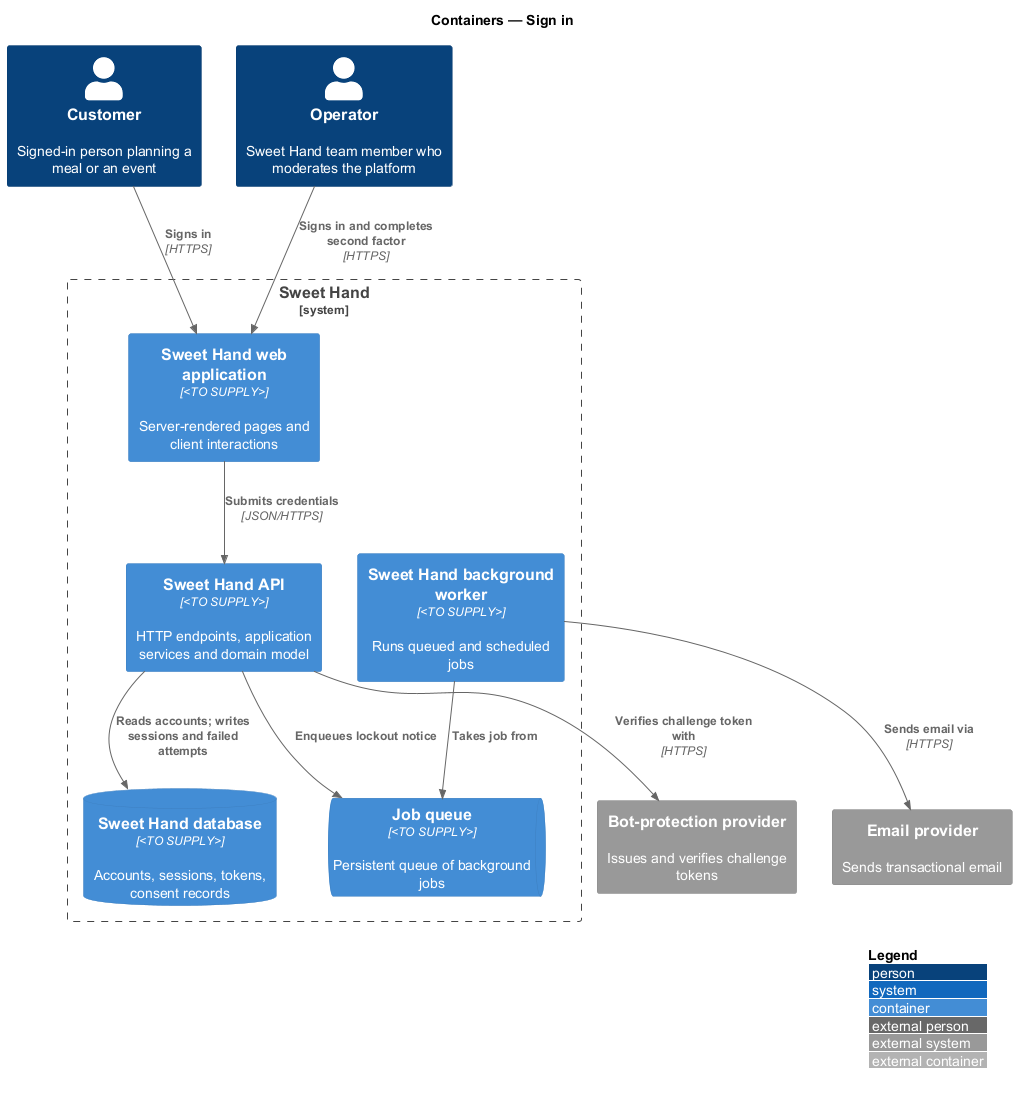
Earlier version of the PlantUML export docs/detailed-designs/identity-and-security/sign-in/diagrams/c4-container.png (QuinntyneBrown/sweet-hand).
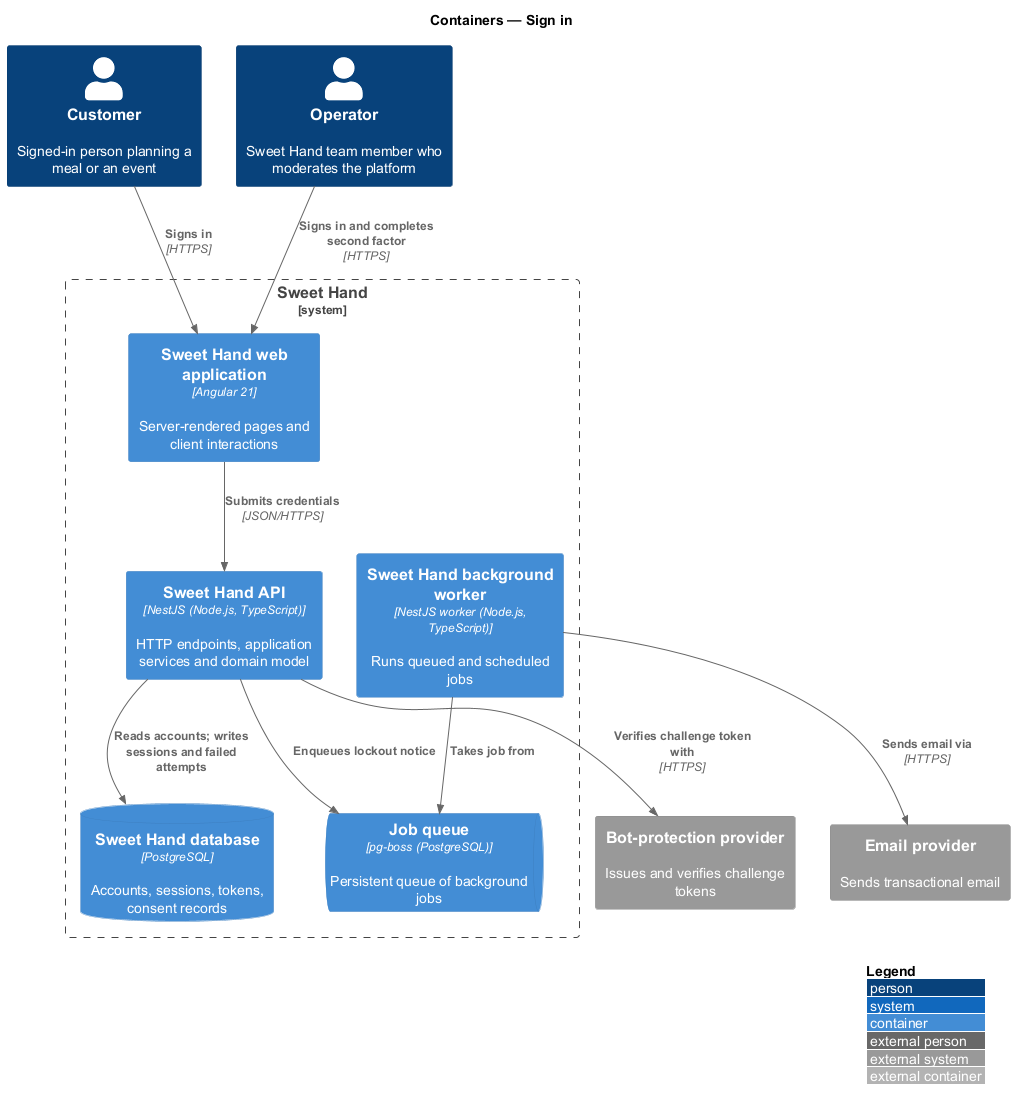
Later version of the same file.

The edit, as a diff of the source:
```diff
@@ -6,11 +6,11 @@
 Person(customer, "Customer", "Signed-in person planning a meal or an event")
 Person(operator, "Operator", "Sweet Hand team member who moderates the platform")
 System_Boundary(sweethand, "Sweet Hand") {
-  Container(web, "Sweet Hand web application", "<TO SUPPLY>", "Server-rendered pages and client interactions")
-  Container(api, "Sweet Hand API", "<TO SUPPLY>", "HTTP endpoints, application services and domain model")
-  ContainerDb(db, "Sweet Hand database", "<TO SUPPLY>", "Accounts, sessions, tokens, consent records")
-  ContainerQueue(queue, "Job queue", "<TO SUPPLY>", "Persistent queue of background jobs")
-  Container(worker, "Sweet Hand background worker", "<TO SUPPLY>", "Runs queued and scheduled jobs")
+  Container(web, "Sweet Hand web application", "Angular 21", "Server-rendered pages and client interactions")
+  Container(api, "Sweet Hand API", "NestJS (Node.js, TypeScript)", "HTTP endpoints, application services and domain model")
+  ContainerDb(db, "Sweet Hand database", "PostgreSQL", "Accounts, sessions, tokens, consent records")
+  ContainerQueue(queue, "Job queue", "pg-boss (PostgreSQL)", "Persistent queue of background jobs")
+  Container(worker, "Sweet Hand background worker", "NestJS worker (Node.js, TypeScript)", "Runs queued and scheduled jobs")
 }
 System_Ext(bot, "Bot-protection provider", "Issues and verifies challenge tokens")
 System_Ext(email, "Email provider", "Sends transactional email")
```
